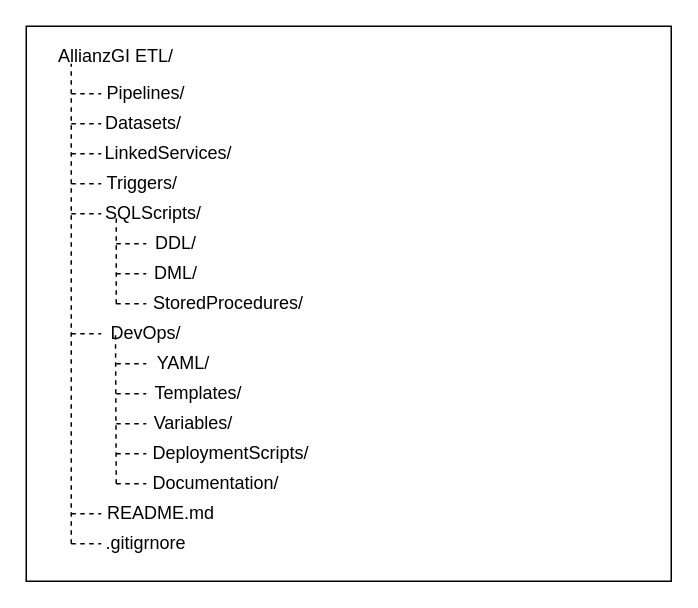
Before: repo structure.drawio in Sri-git-acc/python, a draw.io diagram. Source tidied: cells renumbered, new cells numbered last; positions are measured from the earlier drawing's top-left corner, leaving out a move shared by most shapes. Both pictures are drawn from the tidied source at 150%, with x=0, y=0 at pixel (26, 26).
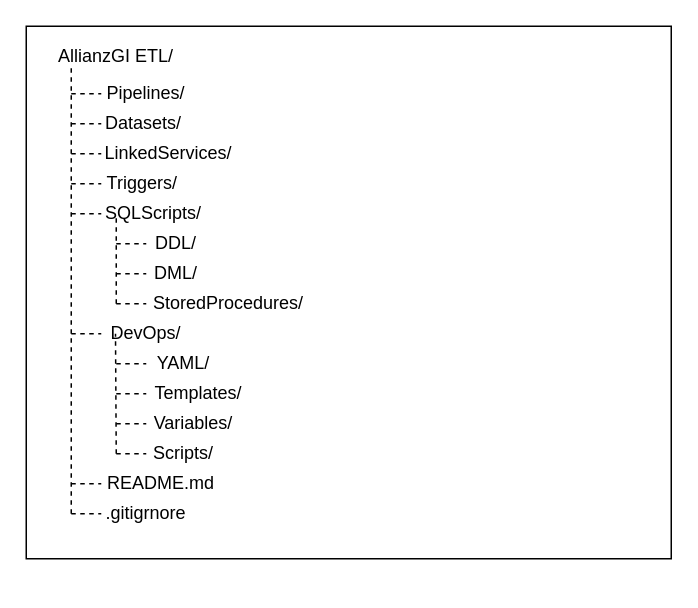
After the change.

Change to the diagram source:
```diff
@@
     <mxCell id="2" style="rounded=0;whiteSpace=wrap;html=1;" parent="1" vertex="1">
-      <mxGeometry width="430" height="370" as="geometry" />
+      <mxGeometry width="430" height="355" as="geometry" />
     </mxCell>
@@
     <mxCell id="4" style="endArrow=none;dashed=1;html=1;rounded=0;" parent="1" edge="1">
       <mxGeometry relative="1" as="geometry">
-        <mxPoint x="30" y="345" as="sourcePoint" />
+        <mxPoint x="30" y="325" as="sourcePoint" />
         <mxPoint x="30" y="25" as="targetPoint" />
       </mxGeometry>
     </mxCell>
@@
-    <mxCell id="21" style="endArrow=none;dashed=1;html=1;rounded=0;" parent="1" edge="1">
-      <mxGeometry relative="1" as="geometry">
-        <mxPoint x="60" y="305" as="sourcePoint" />
-        <mxPoint x="80" y="305" as="targetPoint" />
-      </mxGeometry>
-    </mxCell>
@@
     <mxCell id="26" style="endArrow=none;dashed=1;html=1;rounded=0;" parent="1" edge="1">
       <mxGeometry relative="1" as="geometry">
-        <mxPoint x="60" y="305" as="sourcePoint" />
+        <mxPoint x="60" y="285" as="sourcePoint" />
         <mxPoint x="59.5" y="205" as="targetPoint" />
       </mxGeometry>
     </mxCell>
@@
     <mxCell id="28" style="endArrow=none;dashed=1;html=1;rounded=0;" parent="1" edge="1">
       <mxGeometry relative="1" as="geometry">
-        <mxPoint x="30" y="325" as="sourcePoint" />
-        <mxPoint x="50" y="325" as="targetPoint" />
+        <mxPoint x="30" y="305" as="sourcePoint" />
+        <mxPoint x="50" y="305" as="targetPoint" />
       </mxGeometry>
     </mxCell>
@@
     <mxCell id="32" style="endArrow=none;dashed=1;html=1;rounded=0;" parent="1" edge="1">
       <mxGeometry relative="1" as="geometry">
-        <mxPoint x="30" y="345" as="sourcePoint" />
-        <mxPoint x="50" y="345" as="targetPoint" />
+        <mxPoint x="30" y="325" as="sourcePoint" />
+        <mxPoint x="50" y="325" as="targetPoint" />
       </mxGeometry>
     </mxCell>
@@
     <mxCell id="35" value=".gitigrnore" style="text;html=1;whiteSpace=wrap;strokeColor=none;fillColor=none;align=center;verticalAlign=middle;rounded=0;" parent="1" vertex="1">
-      <mxGeometry x="50" y="335" width="60" height="20" as="geometry" />
+      <mxGeometry x="50" y="315" width="60" height="20" as="geometry" />
     </mxCell>
-    <mxCell id="36" value="&amp;nbsp;DeploymentScripts/" style="text;html=1;whiteSpace=wrap;strokeColor=none;fillColor=none;align=center;verticalAlign=middle;rounded=0;" parent="1" vertex="1">
-      <mxGeometry x="80" y="275" width="110" height="20" as="geometry" />
+    <mxCell id="36" value="Scripts/&amp;nbsp; &amp;nbsp;" style="text;html=1;whiteSpace=wrap;strokeColor=none;fillColor=none;align=center;verticalAlign=middle;rounded=0;" parent="1" vertex="1">
+      <mxGeometry x="80" y="275" width="60" height="20" as="geometry" />
     </mxCell>
     <mxCell id="37" value="README.md" style="text;html=1;whiteSpace=wrap;strokeColor=none;fillColor=none;align=center;verticalAlign=middle;rounded=0;" parent="1" vertex="1">
-      <mxGeometry x="50" y="315" width="80" height="20" as="geometry" />
+      <mxGeometry x="50" y="295" width="80" height="20" as="geometry" />
     </mxCell>
-    <mxCell id="38" value="&amp;nbsp;Documentation/" style="text;html=1;whiteSpace=wrap;strokeColor=none;fillColor=none;align=center;verticalAlign=middle;rounded=0;" parent="1" vertex="1">
-      <mxGeometry x="80" y="295" width="90" height="20" as="geometry" />
-    </mxCell>
```
